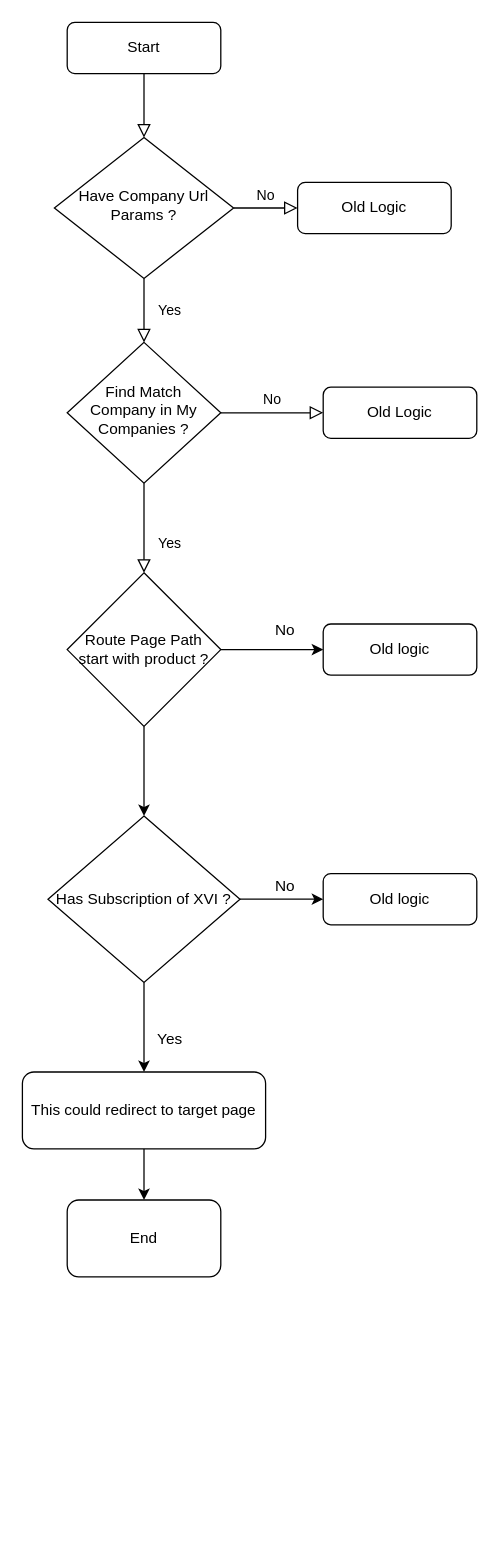
SmileSB1O1/draw-active keeps this draw.io diagram as Auto-Redirect-Check-Flow.drawio. Above is the earlier version. Source tidied: cells renumbered, new cells numbered last; positions are measured from the earlier drawing's top-left corner, leaving out a move shared by most shapes. Both pictures are drawn from the tidied source at 128%, with x=0, y=0 at pixel (22, 22).
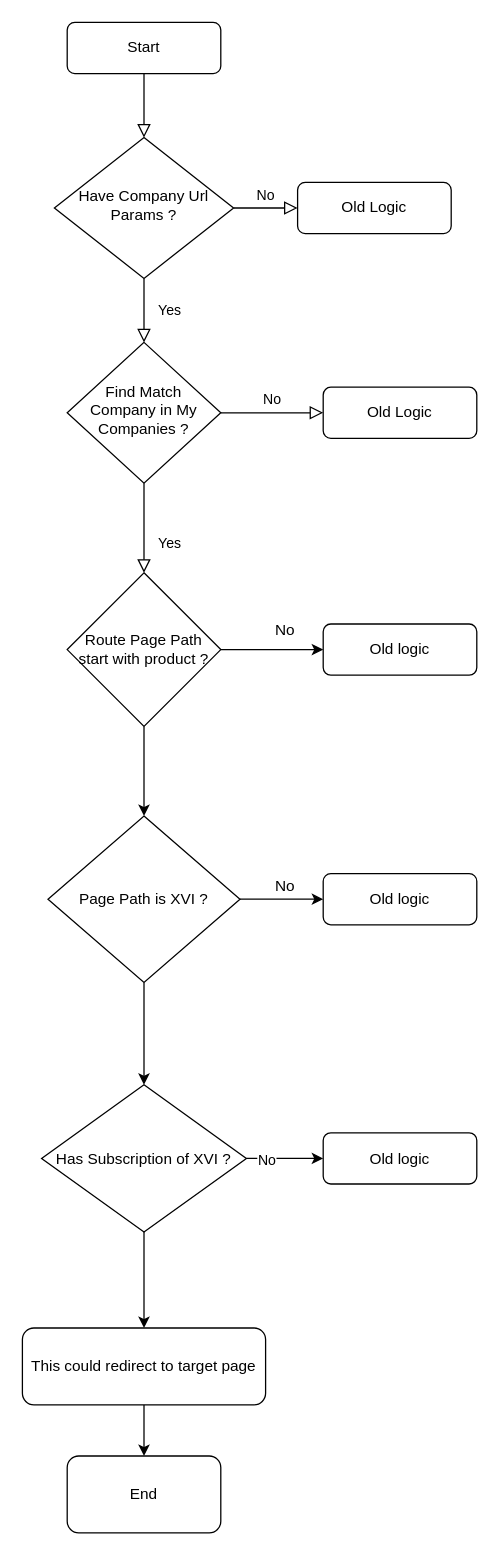
The same diagram, later.

What changed in the source:
```diff
@@
-    <mxCell id="18" style="edgeStyle=orthogonalEdgeStyle;rounded=0;jettySize=auto;html=1;" parent="1" edge="1" source="19" target="23">
-      <mxGeometry relative="1" as="geometry" />
-    </mxCell>
+    <mxCell id="26" style="edgeStyle=orthogonalEdgeStyle;rounded=0;jettySize=auto;html=1;" parent="1" edge="1" source="19" target="30">
+      <mxGeometry relative="1" as="geometry" />
+    </mxCell>
-    <mxCell id="19" value="Has Subscription of XVI ?" style="rhombus;whiteSpace=wrap;html=1;" parent="1" vertex="1">
+    <mxCell id="19" value="Page Path is XVI ?" style="rhombus;whiteSpace=wrap;html=1;" parent="1" vertex="1">
       <mxGeometry x="20" y="620" width="150" height="130" as="geometry" />
     </mxCell>
@@
     <mxCell id="23" value="This could redirect to target page" style="rounded=1;whiteSpace=wrap;html=1;" parent="1" vertex="1">
-      <mxGeometry y="820" width="190" height="60" as="geometry" />
+      <mxGeometry y="1020" width="190" height="60" as="geometry" />
     </mxCell>
-    <mxCell id="24" value="Yes" style="text;html=1;align=center;verticalAlign=middle;strokeColor=none;fillColor=none;" parent="1" vertex="1">
-      <mxGeometry x="95" y="780" width="40" height="30" as="geometry" />
-    </mxCell>
     <mxCell id="25" value="End" style="rounded=1;whiteSpace=wrap;html=1;" parent="1" vertex="1">
-      <mxGeometry x="35" y="920" width="120" height="60" as="geometry" />
+      <mxGeometry x="35" y="1120" width="120" height="60" as="geometry" />
     </mxCell>
+    <mxCell id="27" style="edgeStyle=orthogonalEdgeStyle;rounded=0;jettySize=auto;html=1;exitX=1;exitY=0.5;exitDx=0;exitDy=0;entryX=0;entryY=0.5;entryDx=0;entryDy=0;" parent="1" edge="1" source="30" target="31">
+      <mxGeometry relative="1" as="geometry" />
+    </mxCell>
+    <mxCell id="28" value="No" style="edgeLabel;html=1;align=center;verticalAlign=middle;" parent="27" vertex="1">
+      <mxGeometry x="-0.5" relative="1" as="geometry">
+        <mxPoint y="1" as="offset" />
+      </mxGeometry>
+    </mxCell>
+    <mxCell id="29" style="edgeStyle=orthogonalEdgeStyle;rounded=0;jettySize=auto;html=1;exitX=0.5;exitY=1;exitDx=0;exitDy=0;" parent="1" edge="1" source="30" target="23">
+      <mxGeometry relative="1" as="geometry" />
+    </mxCell>
+    <mxCell id="30" value="Has Subscription of XVI ?" style="rhombus;whiteSpace=wrap;html=1;" parent="1" vertex="1">
+      <mxGeometry x="15" y="830" width="160" height="115" as="geometry" />
+    </mxCell>
+    <mxCell id="31" value="Old logic" style="rounded=1;whiteSpace=wrap;html=1;" parent="1" vertex="1">
+      <mxGeometry x="235" y="867.5" width="120" height="40" as="geometry" />
+    </mxCell>
```
